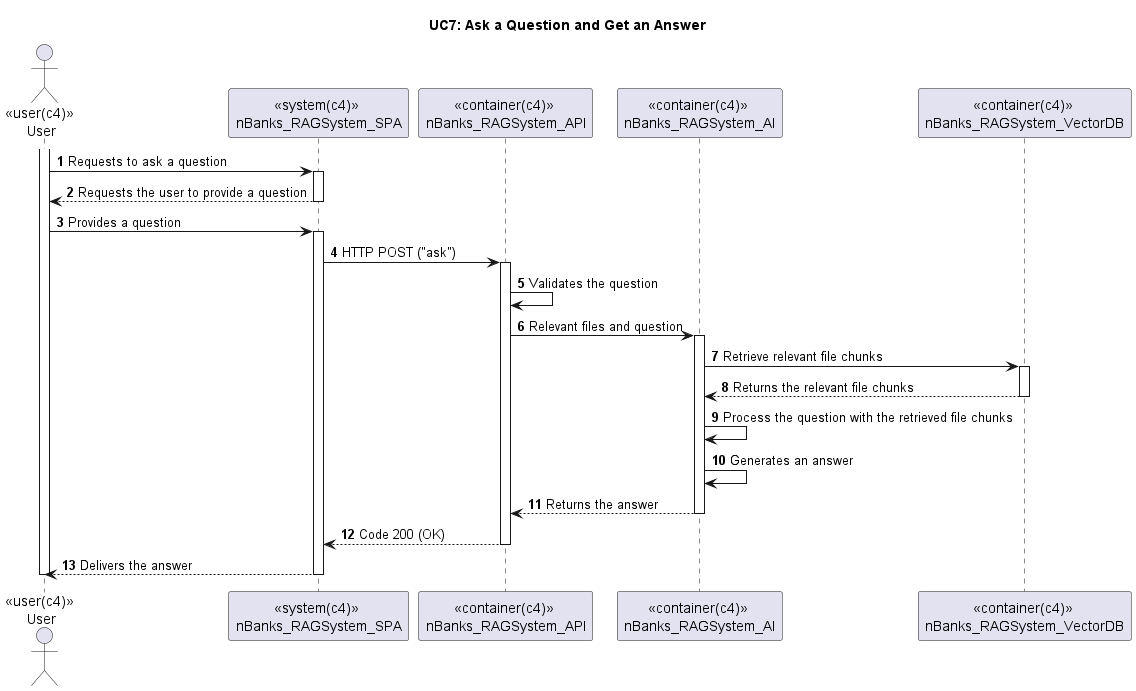
Above: out/UC7/Level2/Level2.png in Ana6363/RAGSystem_Wiki (PlantUML), before the change.
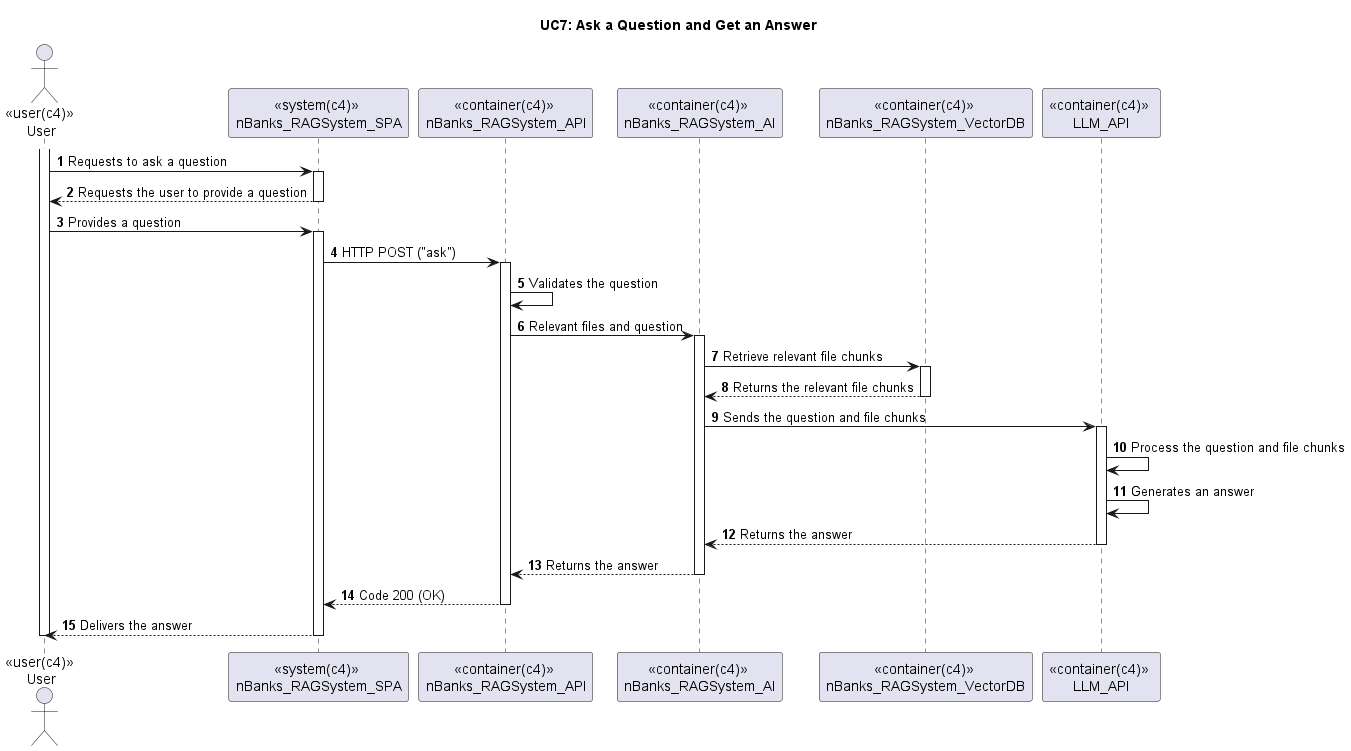
The same diagram one commit later.

Commit message:
changes made to diagrams

Diff of the diagram source:
```diff
@@ -10,6 +10,8 @@
 participant "<<container(c4)>> \nnBanks_RAGSystem_API" as api
 participant "<<container(c4)>> \nnBanks_RAGSystem_AI" as ai
 participant "<<container(c4)>> \nnBanks_RAGSystem_VectorDB" as db2
+participant "<<container(c4)>> \nLLM_API" as llm
+
 
 activate user
 user -> sys : Requests to ask a question
@@ -27,8 +29,12 @@
 activate db2
 db2 --> ai: Returns the relevant file chunks
 deactivate db2
-ai -> ai: Process the question with the retrieved file chunks
-ai -> ai: Generates an answer
+ai -> llm: Sends the question and file chunks
+activate llm
+llm -> llm: Process the question and file chunks
+llm -> llm: Generates an answer
+llm --> ai: Returns the answer
+deactivate llm
 ai --> api: Returns the answer
 deactivate ai
 api --> sys: Code 200 (OK)
```
